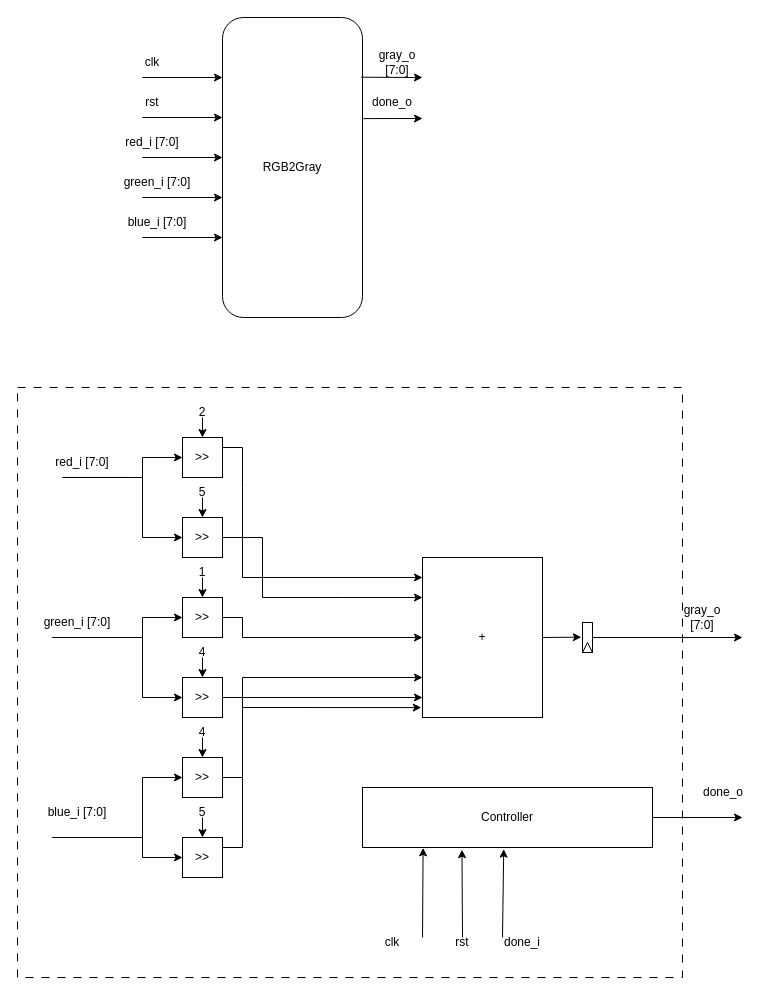
Earlier version of the draw.io diagram Draw/InputModules/RGB2Gray.drawio (Hieuueihm/Thesis). Source tidied: cells renumbered, new cells numbered last; positions are measured from the earlier drawing's top-left corner, leaving out a move shared by most shapes. Both pictures are drawn from the tidied source at 100%, with x=0, y=0 at pixel (17, 17).
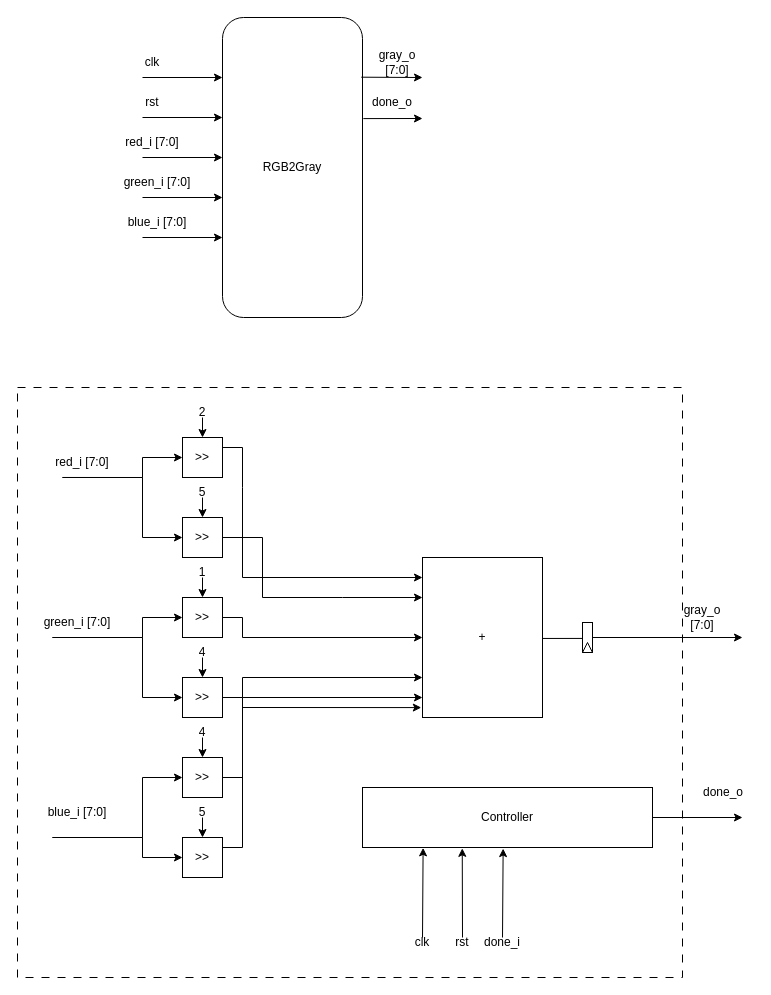
Above is the later version.

The change refers to these unchanged cells:
```xml
<mxCell id="51" value="+" style="rounded=0;whiteSpace=wrap;html=1;" parent="1" vertex="1">
  <mxGeometry x="405" y="540" width="120" height="160" as="geometry" />
</mxCell>
<mxCell id="52" style="rounded=0;whiteSpace=wrap;html=1;" parent="1" vertex="1">
  <mxGeometry x="565" y="605" width="10" height="30" as="geometry" />
</mxCell>
<mxCell id="57" value="Controller" style="rounded=0;whiteSpace=wrap;html=1;" parent="1" vertex="1">
  <mxGeometry x="345" y="770" width="290" height="60" as="geometry" />
</mxCell>
```

Diff of the diagram source:
```diff
@@
-    <mxCell id="53" style="endArrow=classic;html=1;rounded=0;exitX=1;exitY=0.5;exitDx=0;exitDy=0;entryX=-0.116;entryY=0.488;entryDx=0;entryDy=0;entryPerimeter=0;" parent="1" edge="1" source="51" target="52">
-      <mxGeometry relative="1" as="geometry" />
-    </mxCell>
@@
     <mxCell id="59" value="clk" style="text;html=1;align=center;verticalAlign=middle;whiteSpace=wrap;rounded=0;" parent="1" vertex="1">
-      <mxGeometry x="345" y="910" width="60" height="30" as="geometry" />
+      <mxGeometry x="375" y="910" width="60" height="30" as="geometry" />
     </mxCell>
-    <mxCell id="60" style="endArrow=classic;html=1;rounded=0;entryX=0.343;entryY=1.036;entryDx=0;entryDy=0;entryPerimeter=0;" parent="1" edge="1" target="57">
+    <mxCell id="60" style="endArrow=classic;html=1;rounded=0;entryX=0.344;entryY=1.014;entryDx=0;entryDy=0;entryPerimeter=0;" parent="1" edge="1" target="57">
       <mxGeometry relative="1" as="geometry">
         <mxPoint x="445" y="920" as="sourcePoint" />
       </mxGeometry>
     </mxCell>
@@
-    <mxCell id="62" style="endArrow=classic;html=1;rounded=0;entryX=0.487;entryY=1.028;entryDx=0;entryDy=0;entryPerimeter=0;" parent="1" edge="1" target="57">
+    <mxCell id="62" style="endArrow=classic;html=1;rounded=0;entryX=0.485;entryY=1.018;entryDx=0;entryDy=0;entryPerimeter=0;" parent="1" edge="1" target="57">
       <mxGeometry relative="1" as="geometry">
         <mxPoint x="485" y="920" as="sourcePoint" />
       </mxGeometry>
     </mxCell>
     <mxCell id="63" value="done_i" style="text;html=1;align=center;verticalAlign=middle;whiteSpace=wrap;rounded=0;" parent="1" vertex="1">
-      <mxGeometry x="475" y="910" width="60" height="30" as="geometry" />
+      <mxGeometry x="455" y="910" width="60" height="30" as="geometry" />
     </mxCell>
@@
+    <mxCell id="53" style="endArrow=none;html=1;rounded=0;entryX=-0.019;entryY=0.531;entryDx=0;entryDy=0;entryPerimeter=0;exitX=0.997;exitY=0.506;exitDx=0;exitDy=0;exitPerimeter=0;" parent="1" edge="1" source="51" target="52">
+      <mxGeometry relative="1" as="geometry" />
+    </mxCell>
```
